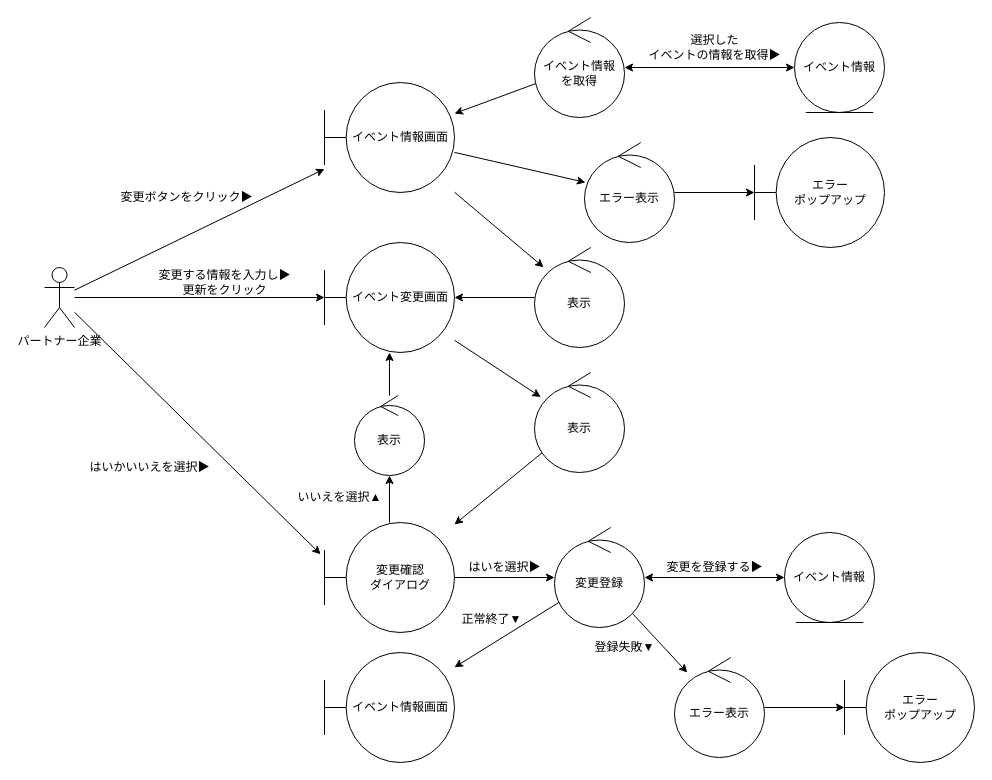
Earlier version of the draw.io diagram page "イベント変更" (5 of 11) of out/ロバストネス図/パートナー企業-ロバストネス図.drawio (ksw2270227/GroupF). Source tidied: cells renumbered, new cells numbered last; positions are measured from the earlier drawing's top-left corner, leaving out a move shared by most shapes. Both pictures are drawn from the tidied source at 100%, with x=0, y=0 at pixel (44, 17).
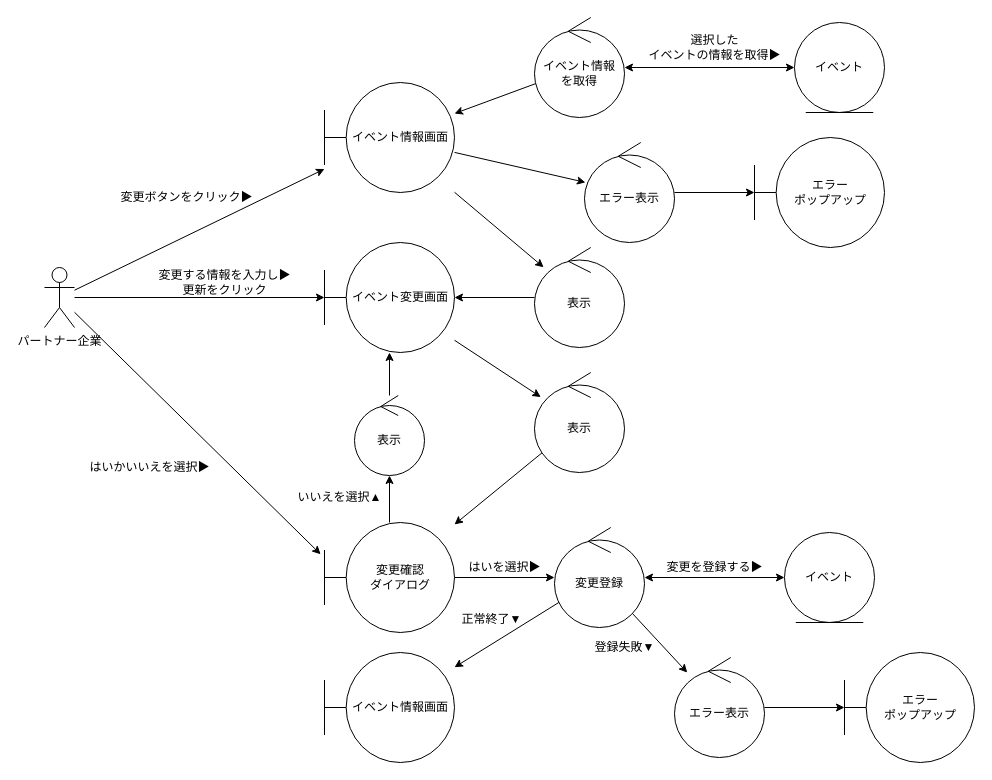
Above is the later version.

What changed in the source:
```diff
@@
-    <mxCell id="12" value="イベント情報" style="ellipse;shape=umlEntity;whiteSpace=wrap;html=1;" parent="1" vertex="1">
+    <mxCell id="12" value="イベント" style="ellipse;shape=umlEntity;whiteSpace=wrap;html=1;" parent="1" vertex="1">
       <mxGeometry x="750" y="5" width="90" height="90" as="geometry" />
     </mxCell>
@@
-    <mxCell id="41" value="イベント情報" style="ellipse;shape=umlEntity;whiteSpace=wrap;html=1;" parent="1" vertex="1">
+    <mxCell id="41" value="イベント" style="ellipse;shape=umlEntity;whiteSpace=wrap;html=1;" parent="1" vertex="1">
       <mxGeometry x="740" y="515" width="90" height="90" as="geometry" />
     </mxCell>
```
